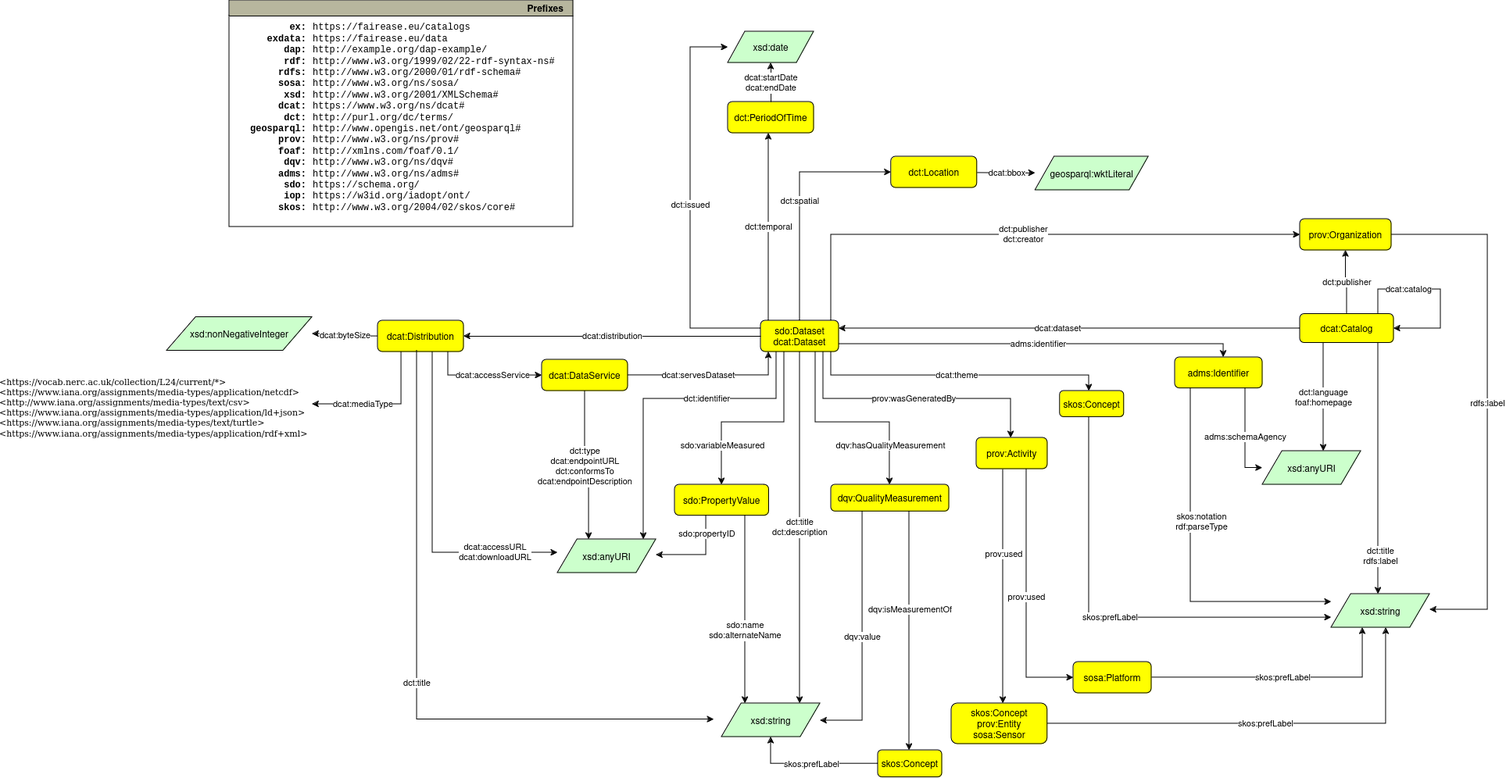
Before: DCAT-AP/FE-DCAT-AP-class-diagram.drawio.png, a diagram exported from draw.io (fair-ease/asset-standards). Source tidied: cells renumbered, new cells last; positions are measured from the earlier drawing's top-left corner, leaving out a move shared by most shapes.
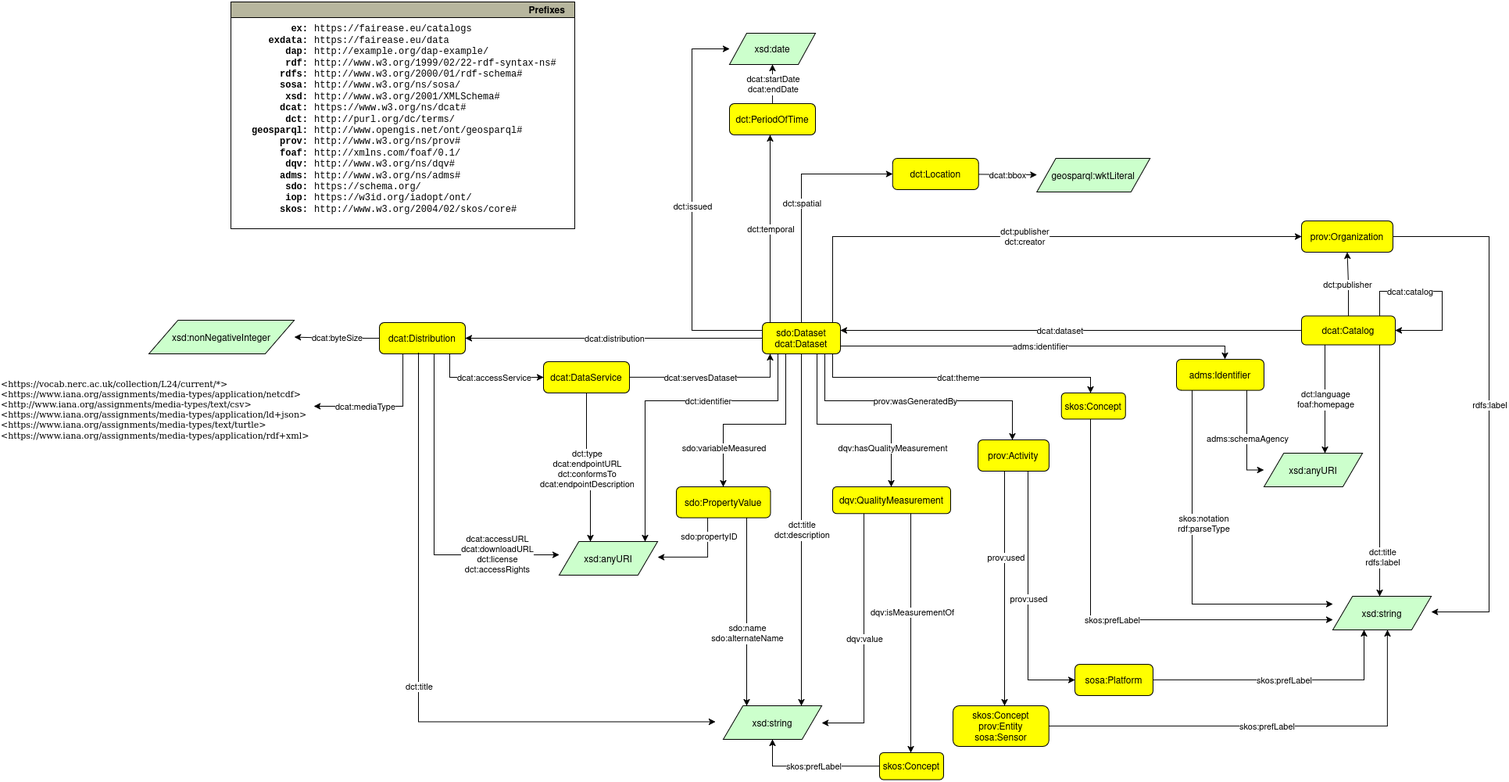
The same diagram one commit later.

Commit message:
Update SHACL & diagrams (#6)

Change to the diagram source:
```diff
@@ -114,7 +114,7 @@
         </Array>
       </mxGeometry>
     </mxCell>
-    <mxCell id="26" value="&lt;div&gt;dcat:accessURL&lt;br&gt;&lt;/div&gt;&lt;div&gt;dcat:downloadURL&lt;/div&gt;" style="edgeLabel;html=1;align=center;verticalAlign=middle;" parent="25" vertex="1">
+    <mxCell id="26" value="&lt;div&gt;dcat:accessURL&lt;br&gt;&lt;/div&gt;&lt;div&gt;dcat:downloadURL&lt;/div&gt;&lt;div&gt;dct:license&lt;/div&gt;&lt;div&gt;dct:accessRights&lt;br&gt;&lt;/div&gt;" style="edgeLabel;html=1;align=center;verticalAlign=middle;" parent="25" vertex="1">
       <mxGeometry relative="1" as="geometry">
         <mxPoint x="80" y="48" as="offset" />
       </mxGeometry>
@@ -138,7 +138,7 @@
       <mxGeometry relative="1" as="geometry" />
     </mxCell>
     <mxCell id="31" value="xsd:nonNegativeInteger" style="graphMlID=n6;shape=parallelogram;fillColor=#ccffcc;strokeColor=#000000;strokeWidth=1.0;" parent="1" vertex="1">
-      <mxGeometry x="214" y="405.5" width="186.1" height="43" as="geometry" />
+      <mxGeometry x="189" y="407" width="186.1" height="43" as="geometry" />
     </mxCell>
     <mxCell id="32" style="rounded=0;jettySize=auto;html=1;edgeStyle=orthogonalEdgeStyle;" parent="1" edge="1" source="24" target="12">
       <mxGeometry relative="1" as="geometry">
```
